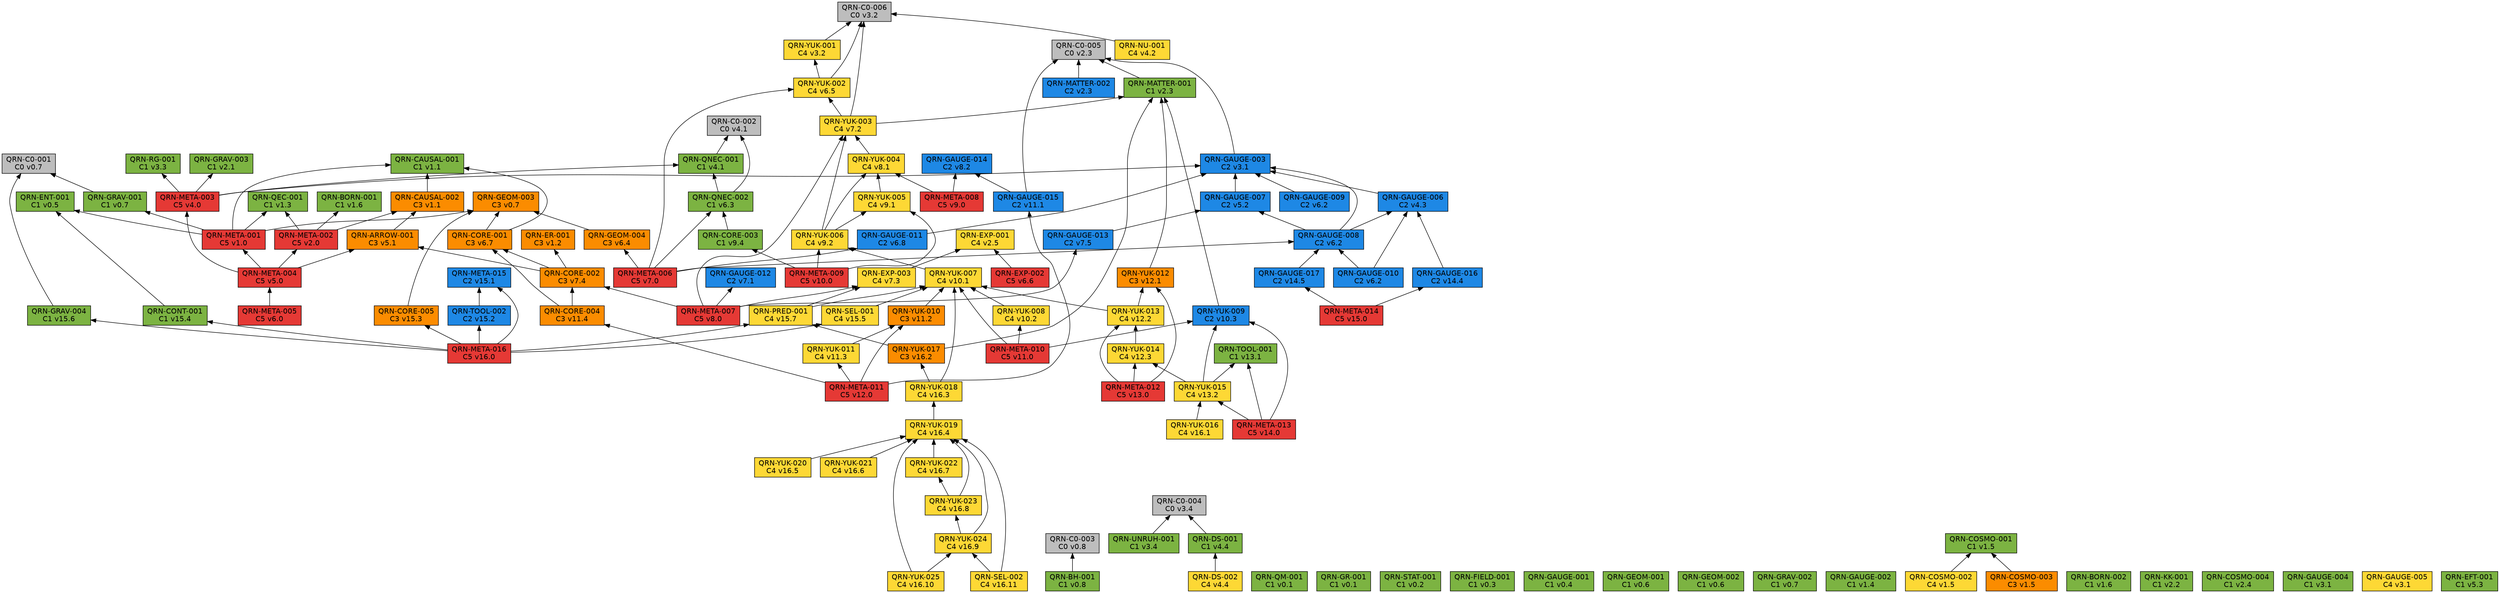
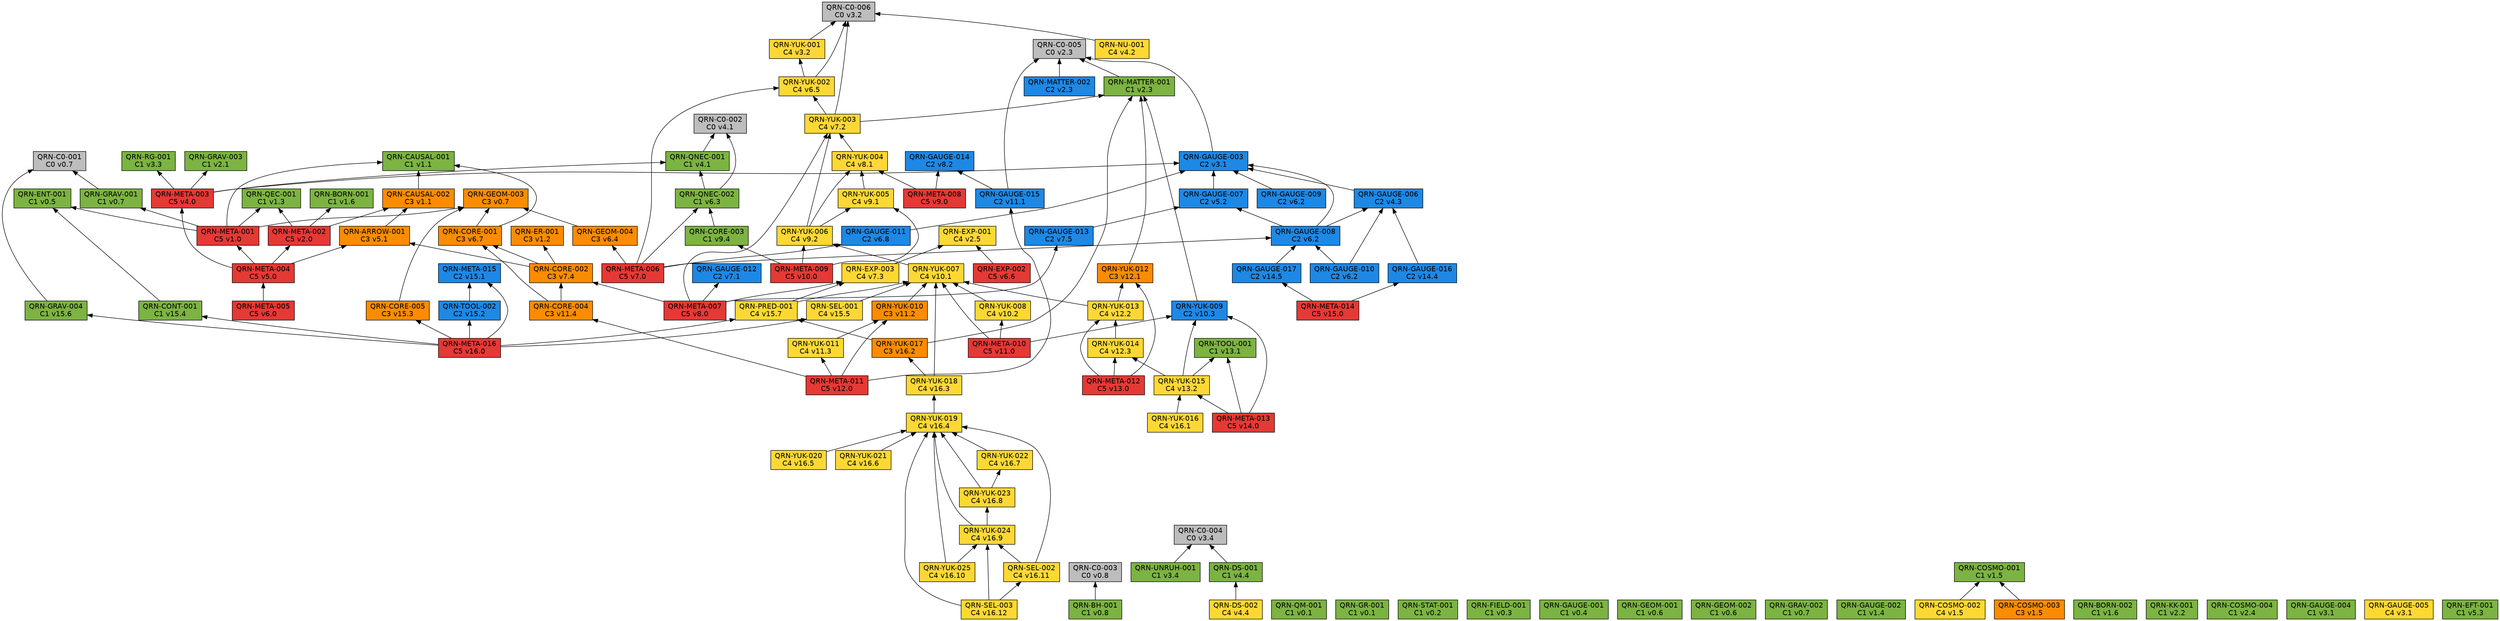
// 自動生成 (dag/report.pl) — QRN 主張依存グラフ
digraph qrn {
  rankdir=BT;
  node [shape=box, style=filled, fontname="Helvetica"];
  "QRN-C0-001" [fillcolor="#bdbdbd", label="QRN-C0-001\nC0 v0.7"];
  "QRN-C0-002" [fillcolor="#bdbdbd", label="QRN-C0-002\nC0 v4.1"];
  "QRN-C0-003" [fillcolor="#bdbdbd", label="QRN-C0-003\nC0 v0.8"];
  "QRN-C0-004" [fillcolor="#bdbdbd", label="QRN-C0-004\nC0 v3.4"];
  "QRN-C0-005" [fillcolor="#bdbdbd", label="QRN-C0-005\nC0 v2.3"];
  "QRN-C0-006" [fillcolor="#bdbdbd", label="QRN-C0-006\nC0 v3.2"];
  "QRN-QM-001" [fillcolor="#7cb342", label="QRN-QM-001\nC1 v0.1"];
  "QRN-GR-001" [fillcolor="#7cb342", label="QRN-GR-001\nC1 v0.1"];
  "QRN-STAT-001" [fillcolor="#7cb342", label="QRN-STAT-001\nC1 v0.2"];
  "QRN-FIELD-001" [fillcolor="#7cb342", label="QRN-FIELD-001\nC1 v0.3"];
  "QRN-GAUGE-001" [fillcolor="#7cb342", label="QRN-GAUGE-001\nC1 v0.4"];
  "QRN-ENT-001" [fillcolor="#7cb342", label="QRN-ENT-001\nC1 v0.5"];
  "QRN-GEOM-001" [fillcolor="#7cb342", label="QRN-GEOM-001\nC1 v0.6"];
  "QRN-GEOM-002" [fillcolor="#7cb342", label="QRN-GEOM-002\nC1 v0.6"];
  "QRN-GEOM-003" [fillcolor="#fb8c00", label="QRN-GEOM-003\nC3 v0.7"];
  "QRN-GRAV-001" [fillcolor="#7cb342", label="QRN-GRAV-001\nC1 v0.7"];
  "QRN-GRAV-002" [fillcolor="#7cb342", label="QRN-GRAV-002\nC1 v0.7"];
  "QRN-BH-001" [fillcolor="#7cb342", label="QRN-BH-001\nC1 v0.8"];
  "QRN-CAUSAL-001" [fillcolor="#7cb342", label="QRN-CAUSAL-001\nC1 v1.1"];
  "QRN-CAUSAL-002" [fillcolor="#fb8c00", label="QRN-CAUSAL-002\nC3 v1.1"];
  "QRN-ER-001" [fillcolor="#fb8c00", label="QRN-ER-001\nC3 v1.2"];
  "QRN-QEC-001" [fillcolor="#7cb342", label="QRN-QEC-001\nC1 v1.3"];
  "QRN-GAUGE-002" [fillcolor="#7cb342", label="QRN-GAUGE-002\nC1 v1.4"];
  "QRN-COSMO-001" [fillcolor="#7cb342", label="QRN-COSMO-001\nC1 v1.5"];
  "QRN-COSMO-002" [fillcolor="#fdd835", label="QRN-COSMO-002\nC4 v1.5"];
  "QRN-COSMO-003" [fillcolor="#fb8c00", label="QRN-COSMO-003\nC3 v1.5"];
  "QRN-BORN-001" [fillcolor="#7cb342", label="QRN-BORN-001\nC1 v1.6"];
  "QRN-BORN-002" [fillcolor="#7cb342", label="QRN-BORN-002\nC1 v1.6"];
  "QRN-GRAV-003" [fillcolor="#7cb342", label="QRN-GRAV-003\nC1 v2.1"];
  "QRN-KK-001" [fillcolor="#7cb342", label="QRN-KK-001\nC1 v2.2"];
  "QRN-MATTER-001" [fillcolor="#7cb342", label="QRN-MATTER-001\nC1 v2.3"];
  "QRN-MATTER-002" [fillcolor="#1e88e5", label="QRN-MATTER-002\nC2 v2.3"];
  "QRN-COSMO-004" [fillcolor="#7cb342", label="QRN-COSMO-004\nC1 v2.4"];
  "QRN-EXP-001" [fillcolor="#fdd835", label="QRN-EXP-001\nC4 v2.5"];
  "QRN-GAUGE-003" [fillcolor="#1e88e5", label="QRN-GAUGE-003\nC2 v3.1"];
  "QRN-GAUGE-004" [fillcolor="#7cb342", label="QRN-GAUGE-004\nC1 v3.1"];
  "QRN-GAUGE-005" [fillcolor="#fdd835", label="QRN-GAUGE-005\nC4 v3.1"];
  "QRN-YUK-001" [fillcolor="#fdd835", label="QRN-YUK-001\nC4 v3.2"];
  "QRN-RG-001" [fillcolor="#7cb342", label="QRN-RG-001\nC1 v3.3"];
  "QRN-UNRUH-001" [fillcolor="#7cb342", label="QRN-UNRUH-001\nC1 v3.4"];
  "QRN-QNEC-001" [fillcolor="#7cb342", label="QRN-QNEC-001\nC1 v4.1"];
  "QRN-NU-001" [fillcolor="#fdd835", label="QRN-NU-001\nC4 v4.2"];
  "QRN-GAUGE-006" [fillcolor="#1e88e5", label="QRN-GAUGE-006\nC2 v4.3"];
  "QRN-DS-001" [fillcolor="#7cb342", label="QRN-DS-001\nC1 v4.4"];
  "QRN-DS-002" [fillcolor="#fdd835", label="QRN-DS-002\nC4 v4.4"];
  "QRN-ARROW-001" [fillcolor="#fb8c00", label="QRN-ARROW-001\nC3 v5.1"];
  "QRN-GAUGE-007" [fillcolor="#1e88e5", label="QRN-GAUGE-007\nC2 v5.2"];
  "QRN-EFT-001" [fillcolor="#7cb342", label="QRN-EFT-001\nC1 v5.3"];
  "QRN-GAUGE-008" [fillcolor="#1e88e5", label="QRN-GAUGE-008\nC2 v6.2"];
  "QRN-GAUGE-009" [fillcolor="#1e88e5", label="QRN-GAUGE-009\nC2 v6.2"];
  "QRN-GAUGE-010" [fillcolor="#1e88e5", label="QRN-GAUGE-010\nC2 v6.2"];
  "QRN-QNEC-002" [fillcolor="#7cb342", label="QRN-QNEC-002\nC1 v6.3"];
  "QRN-GEOM-004" [fillcolor="#fb8c00", label="QRN-GEOM-004\nC3 v6.4"];
  "QRN-YUK-002" [fillcolor="#fdd835", label="QRN-YUK-002\nC4 v6.5"];
  "QRN-EXP-002" [fillcolor="#e53935", label="QRN-EXP-002\nC5 v6.6"];
  "QRN-CORE-001" [fillcolor="#fb8c00", label="QRN-CORE-001\nC3 v6.7"];
  "QRN-GAUGE-011" [fillcolor="#1e88e5", label="QRN-GAUGE-011\nC2 v6.8"];
  "QRN-GAUGE-012" [fillcolor="#1e88e5", label="QRN-GAUGE-012\nC2 v7.1"];
  "QRN-YUK-003" [fillcolor="#fdd835", label="QRN-YUK-003\nC4 v7.2"];
  "QRN-EXP-003" [fillcolor="#fdd835", label="QRN-EXP-003\nC4 v7.3"];
  "QRN-CORE-002" [fillcolor="#fb8c00", label="QRN-CORE-002\nC3 v7.4"];
  "QRN-GAUGE-013" [fillcolor="#1e88e5", label="QRN-GAUGE-013\nC2 v7.5"];
  "QRN-YUK-004" [fillcolor="#fdd835", label="QRN-YUK-004\nC4 v8.1"];
  "QRN-GAUGE-014" [fillcolor="#1e88e5", label="QRN-GAUGE-014\nC2 v8.2"];
  "QRN-META-001" [fillcolor="#e53935", label="QRN-META-001\nC5 v1.0"];
  "QRN-META-002" [fillcolor="#e53935", label="QRN-META-002\nC5 v2.0"];
  "QRN-META-003" [fillcolor="#e53935", label="QRN-META-003\nC5 v4.0"];
  "QRN-META-004" [fillcolor="#e53935", label="QRN-META-004\nC5 v5.0"];
  "QRN-META-005" [fillcolor="#e53935", label="QRN-META-005\nC5 v6.0"];
  "QRN-META-006" [fillcolor="#e53935", label="QRN-META-006\nC5 v7.0"];
  "QRN-META-007" [fillcolor="#e53935", label="QRN-META-007\nC5 v8.0"];
  "QRN-META-008" [fillcolor="#e53935", label="QRN-META-008\nC5 v9.0"];
  "QRN-YUK-005" [fillcolor="#fdd835", label="QRN-YUK-005\nC4 v9.1"];
  "QRN-YUK-006" [fillcolor="#fdd835", label="QRN-YUK-006\nC4 v9.2"];
  "QRN-CORE-003" [fillcolor="#7cb342", label="QRN-CORE-003\nC1 v9.4"];
  "QRN-META-009" [fillcolor="#e53935", label="QRN-META-009\nC5 v10.0"];
  "QRN-YUK-007" [fillcolor="#fdd835", label="QRN-YUK-007\nC4 v10.1"];
  "QRN-YUK-008" [fillcolor="#fdd835", label="QRN-YUK-008\nC4 v10.2"];
  "QRN-YUK-009" [fillcolor="#1e88e5", label="QRN-YUK-009\nC2 v10.3"];
  "QRN-META-010" [fillcolor="#e53935", label="QRN-META-010\nC5 v11.0"];
  "QRN-GAUGE-015" [fillcolor="#1e88e5", label="QRN-GAUGE-015\nC2 v11.1"];
  "QRN-YUK-010" [fillcolor="#fb8c00", label="QRN-YUK-010\nC3 v11.2"];
  "QRN-YUK-011" [fillcolor="#fdd835", label="QRN-YUK-011\nC4 v11.3"];
  "QRN-CORE-004" [fillcolor="#fb8c00", label="QRN-CORE-004\nC3 v11.4"];
  "QRN-META-011" [fillcolor="#e53935", label="QRN-META-011\nC5 v12.0"];
  "QRN-YUK-012" [fillcolor="#fb8c00", label="QRN-YUK-012\nC3 v12.1"];
  "QRN-YUK-013" [fillcolor="#fdd835", label="QRN-YUK-013\nC4 v12.2"];
  "QRN-YUK-014" [fillcolor="#fdd835", label="QRN-YUK-014\nC4 v12.3"];
  "QRN-META-012" [fillcolor="#e53935", label="QRN-META-012\nC5 v13.0"];
  "QRN-TOOL-001" [fillcolor="#7cb342", label="QRN-TOOL-001\nC1 v13.1"];
  "QRN-YUK-015" [fillcolor="#fdd835", label="QRN-YUK-015\nC4 v13.2"];
  "QRN-META-013" [fillcolor="#e53935", label="QRN-META-013\nC5 v14.0"];
  "QRN-GAUGE-016" [fillcolor="#1e88e5", label="QRN-GAUGE-016\nC2 v14.4"];
  "QRN-GAUGE-017" [fillcolor="#1e88e5", label="QRN-GAUGE-017\nC2 v14.5"];
  "QRN-META-014" [fillcolor="#e53935", label="QRN-META-014\nC5 v15.0"];
  "QRN-META-015" [fillcolor="#1e88e5", label="QRN-META-015\nC2 v15.1"];
  "QRN-TOOL-002" [fillcolor="#1e88e5", label="QRN-TOOL-002\nC2 v15.2"];
  "QRN-CORE-005" [fillcolor="#fb8c00", label="QRN-CORE-005\nC3 v15.3"];
  "QRN-CONT-001" [fillcolor="#7cb342", label="QRN-CONT-001\nC1 v15.4"];
  "QRN-SEL-001" [fillcolor="#fdd835", label="QRN-SEL-001\nC4 v15.5"];
  "QRN-GRAV-004" [fillcolor="#7cb342", label="QRN-GRAV-004\nC1 v15.6"];
  "QRN-PRED-001" [fillcolor="#fdd835", label="QRN-PRED-001\nC4 v15.7"];
  "QRN-META-016" [fillcolor="#e53935", label="QRN-META-016\nC5 v16.0"];
  "QRN-YUK-016" [fillcolor="#fdd835", label="QRN-YUK-016\nC4 v16.1"];
  "QRN-YUK-017" [fillcolor="#fb8c00", label="QRN-YUK-017\nC3 v16.2"];
  "QRN-YUK-018" [fillcolor="#fdd835", label="QRN-YUK-018\nC4 v16.3"];
  "QRN-YUK-019" [fillcolor="#fdd835", label="QRN-YUK-019\nC4 v16.4"];
  "QRN-YUK-020" [fillcolor="#fdd835", label="QRN-YUK-020\nC4 v16.5"];
  "QRN-YUK-021" [fillcolor="#fdd835", label="QRN-YUK-021\nC4 v16.6"];
  "QRN-YUK-022" [fillcolor="#fdd835", label="QRN-YUK-022\nC4 v16.7"];
  "QRN-YUK-023" [fillcolor="#fdd835", label="QRN-YUK-023\nC4 v16.8"];
  "QRN-YUK-024" [fillcolor="#fdd835", label="QRN-YUK-024\nC4 v16.9"];
  "QRN-YUK-025" [fillcolor="#fdd835", label="QRN-YUK-025\nC4 v16.10"];
  "QRN-SEL-002" [fillcolor="#fdd835", label="QRN-SEL-002\nC4 v16.11"];
+   "QRN-SEL-003" [fillcolor="#fdd835", label="QRN-SEL-003\nC4 v16.12"];
  "QRN-GRAV-001" -> "QRN-C0-001";
  "QRN-BH-001" -> "QRN-C0-003";
  "QRN-CAUSAL-002" -> "QRN-CAUSAL-001";
  "QRN-COSMO-002" -> "QRN-COSMO-001";
  "QRN-COSMO-003" -> "QRN-COSMO-001";
  "QRN-MATTER-001" -> "QRN-C0-005";
  "QRN-MATTER-002" -> "QRN-C0-005";
  "QRN-GAUGE-003" -> "QRN-C0-005";
  "QRN-YUK-001" -> "QRN-C0-006";
  "QRN-UNRUH-001" -> "QRN-C0-004";
  "QRN-QNEC-001" -> "QRN-C0-002";
  "QRN-NU-001" -> "QRN-C0-006";
  "QRN-GAUGE-006" -> "QRN-GAUGE-003";
  "QRN-DS-001" -> "QRN-C0-004";
  "QRN-DS-002" -> "QRN-DS-001";
  "QRN-ARROW-001" -> "QRN-CAUSAL-002";
  "QRN-GAUGE-007" -> "QRN-GAUGE-003";
  "QRN-GAUGE-008" -> "QRN-GAUGE-003";
  "QRN-GAUGE-008" -> "QRN-GAUGE-006";
  "QRN-GAUGE-008" -> "QRN-GAUGE-007";
  "QRN-GAUGE-009" -> "QRN-GAUGE-003";
  "QRN-GAUGE-010" -> "QRN-GAUGE-006";
  "QRN-GAUGE-010" -> "QRN-GAUGE-008";
  "QRN-QNEC-002" -> "QRN-C0-002";
  "QRN-QNEC-002" -> "QRN-QNEC-001";
  "QRN-GEOM-004" -> "QRN-GEOM-003";
  "QRN-YUK-002" -> "QRN-C0-006";
  "QRN-YUK-002" -> "QRN-YUK-001";
  "QRN-EXP-002" -> "QRN-EXP-001";
  "QRN-CORE-001" -> "QRN-GEOM-003";
  "QRN-CORE-001" -> "QRN-CAUSAL-001";
  "QRN-GAUGE-011" -> "QRN-GAUGE-003";
  "QRN-YUK-003" -> "QRN-C0-006";
  "QRN-YUK-003" -> "QRN-MATTER-001";
  "QRN-YUK-003" -> "QRN-YUK-002";
  "QRN-EXP-003" -> "QRN-EXP-001";
  "QRN-CORE-002" -> "QRN-CORE-001";
  "QRN-CORE-002" -> "QRN-ER-001";
  "QRN-CORE-002" -> "QRN-ARROW-001";
  "QRN-GAUGE-013" -> "QRN-GAUGE-007";
  "QRN-YUK-004" -> "QRN-YUK-003";
  "QRN-META-001" -> "QRN-GEOM-003";
  "QRN-META-001" -> "QRN-GRAV-001";
  "QRN-META-001" -> "QRN-CAUSAL-001";
  "QRN-META-001" -> "QRN-QEC-001";
  "QRN-META-001" -> "QRN-ENT-001";
  "QRN-META-002" -> "QRN-QEC-001";
  "QRN-META-002" -> "QRN-BORN-001";
  "QRN-META-002" -> "QRN-CAUSAL-002";
  "QRN-META-003" -> "QRN-GAUGE-003";
  "QRN-META-003" -> "QRN-RG-001";
  "QRN-META-003" -> "QRN-QNEC-001";
  "QRN-META-003" -> "QRN-GRAV-003";
  "QRN-META-004" -> "QRN-META-001";
  "QRN-META-004" -> "QRN-META-002";
  "QRN-META-004" -> "QRN-META-003";
  "QRN-META-004" -> "QRN-ARROW-001";
  "QRN-META-005" -> "QRN-META-004";
  "QRN-META-006" -> "QRN-GAUGE-008";
  "QRN-META-006" -> "QRN-QNEC-002";
  "QRN-META-006" -> "QRN-GEOM-004";
  "QRN-META-006" -> "QRN-YUK-002";
  "QRN-META-006" -> "QRN-GAUGE-011";
  "QRN-META-007" -> "QRN-GAUGE-012";
  "QRN-META-007" -> "QRN-YUK-003";
  "QRN-META-007" -> "QRN-EXP-003";
  "QRN-META-007" -> "QRN-CORE-002";
  "QRN-META-007" -> "QRN-GAUGE-013";
  "QRN-META-008" -> "QRN-YUK-004";
  "QRN-META-008" -> "QRN-GAUGE-014";
  "QRN-YUK-005" -> "QRN-YUK-004";
  "QRN-YUK-006" -> "QRN-YUK-003";
  "QRN-YUK-006" -> "QRN-YUK-004";
  "QRN-YUK-006" -> "QRN-YUK-005";
  "QRN-CORE-003" -> "QRN-QNEC-002";
  "QRN-META-009" -> "QRN-YUK-005";
  "QRN-META-009" -> "QRN-YUK-006";
  "QRN-META-009" -> "QRN-CORE-003";
  "QRN-YUK-007" -> "QRN-YUK-006";
  "QRN-YUK-008" -> "QRN-YUK-007";
  "QRN-YUK-009" -> "QRN-MATTER-001";
  "QRN-META-010" -> "QRN-YUK-007";
  "QRN-META-010" -> "QRN-YUK-008";
  "QRN-META-010" -> "QRN-YUK-009";
  "QRN-GAUGE-015" -> "QRN-C0-005";
  "QRN-GAUGE-015" -> "QRN-GAUGE-014";
  "QRN-YUK-010" -> "QRN-YUK-007";
  "QRN-YUK-011" -> "QRN-YUK-010";
  "QRN-CORE-004" -> "QRN-CORE-001";
  "QRN-CORE-004" -> "QRN-CORE-002";
  "QRN-META-011" -> "QRN-GAUGE-015";
  "QRN-META-011" -> "QRN-YUK-010";
  "QRN-META-011" -> "QRN-YUK-011";
  "QRN-META-011" -> "QRN-CORE-004";
  "QRN-YUK-012" -> "QRN-MATTER-001";
  "QRN-YUK-013" -> "QRN-YUK-012";
  "QRN-YUK-013" -> "QRN-YUK-007";
  "QRN-YUK-014" -> "QRN-YUK-013";
  "QRN-META-012" -> "QRN-YUK-012";
  "QRN-META-012" -> "QRN-YUK-013";
  "QRN-META-012" -> "QRN-YUK-014";
  "QRN-YUK-015" -> "QRN-YUK-014";
  "QRN-YUK-015" -> "QRN-TOOL-001";
  "QRN-YUK-015" -> "QRN-YUK-009";
  "QRN-META-013" -> "QRN-YUK-015";
  "QRN-META-013" -> "QRN-TOOL-001";
  "QRN-META-013" -> "QRN-YUK-009";
  "QRN-GAUGE-016" -> "QRN-GAUGE-006";
  "QRN-GAUGE-017" -> "QRN-GAUGE-008";
  "QRN-META-014" -> "QRN-GAUGE-016";
  "QRN-META-014" -> "QRN-GAUGE-017";
  "QRN-TOOL-002" -> "QRN-META-015";
  "QRN-CORE-005" -> "QRN-GEOM-003";
  "QRN-CONT-001" -> "QRN-ENT-001";
  "QRN-SEL-001" -> "QRN-YUK-007";
  "QRN-GRAV-004" -> "QRN-C0-001";
  "QRN-PRED-001" -> "QRN-YUK-007";
  "QRN-PRED-001" -> "QRN-EXP-003";
  "QRN-META-016" -> "QRN-META-015";
  "QRN-META-016" -> "QRN-TOOL-002";
  "QRN-META-016" -> "QRN-CORE-005";
  "QRN-META-016" -> "QRN-CONT-001";
  "QRN-META-016" -> "QRN-SEL-001";
  "QRN-META-016" -> "QRN-GRAV-004";
  "QRN-META-016" -> "QRN-PRED-001";
  "QRN-YUK-016" -> "QRN-YUK-015";
  "QRN-YUK-017" -> "QRN-MATTER-001";
  "QRN-YUK-017" -> "QRN-PRED-001";
  "QRN-YUK-018" -> "QRN-YUK-017";
  "QRN-YUK-018" -> "QRN-YUK-007";
  "QRN-YUK-019" -> "QRN-YUK-018";
  "QRN-YUK-020" -> "QRN-YUK-019";
  "QRN-YUK-021" -> "QRN-YUK-019";
  "QRN-YUK-022" -> "QRN-YUK-019";
  "QRN-YUK-023" -> "QRN-YUK-019";
  "QRN-YUK-023" -> "QRN-YUK-022";
  "QRN-YUK-024" -> "QRN-YUK-019";
  "QRN-YUK-024" -> "QRN-YUK-023";
  "QRN-YUK-025" -> "QRN-YUK-019";
  "QRN-YUK-025" -> "QRN-YUK-024";
  "QRN-SEL-002" -> "QRN-YUK-019";
  "QRN-SEL-002" -> "QRN-YUK-024";
+   "QRN-SEL-003" -> "QRN-YUK-019";
+   "QRN-SEL-003" -> "QRN-YUK-024";
+   "QRN-SEL-003" -> "QRN-SEL-002";
}
